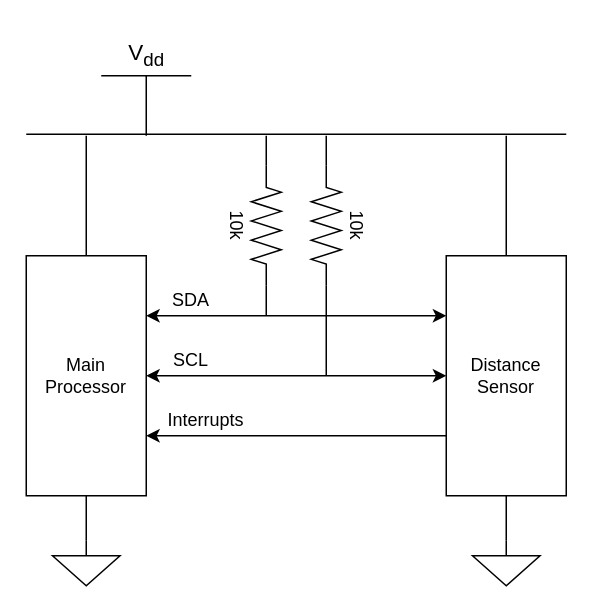
Earlier version of the draw.io diagram doc/img/dual-vl53l0x-sensor.drawio (DrCampy/dual-VL53L0X-pic). Source tidied: cells renumbered, new cells numbered last; positions are measured from the earlier drawing's top-left corner, leaving out a move shared by most shapes. Both pictures are drawn from the tidied source at 150%, with x=0, y=0 at pixel (26, 75).
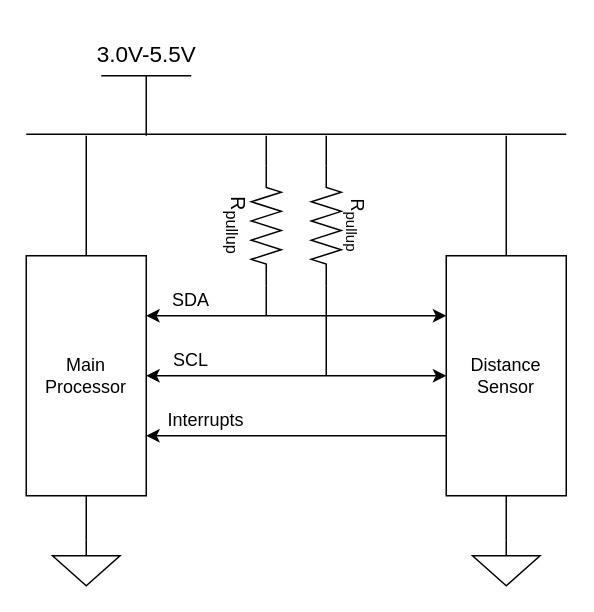
The same page after the edit.

Change to the diagram source:
```diff
@@
-    <mxCell id="6" value="&lt;font style=&quot;font-size: 15px&quot;&gt;V&lt;sub&gt;dd&lt;/sub&gt;&lt;/font&gt;" style="verticalLabelPosition=top;verticalAlign=bottom;shape=mxgraph.electrical.signal_sources.vdd;shadow=0;dashed=0;align=center;strokeWidth=1;fontSize=24;html=1;flipV=1;" parent="1" vertex="1">
+    <mxCell id="6" value="&lt;font style=&quot;font-size: 15px&quot;&gt;3.0V-5.5V&lt;/font&gt;" style="verticalLabelPosition=top;verticalAlign=bottom;shape=mxgraph.electrical.signal_sources.vdd;shadow=0;dashed=0;align=center;strokeWidth=1;fontSize=24;html=1;flipV=1;" parent="1" vertex="1">
       <mxGeometry x="50" width="60" height="40" as="geometry" />
     </mxCell>
@@
-    <mxCell id="23" value="10k" style="text;html=1;strokeColor=none;fillColor=none;align=center;verticalAlign=middle;whiteSpace=wrap;rounded=0;rotation=90;" parent="1" vertex="1">
+    <mxCell id="23" value="&lt;font style=&quot;font-size: 13px&quot;&gt;R&lt;sub&gt;pullup&lt;/sub&gt;&lt;/font&gt;" style="text;strokeColor=none;fillColor=none;align=center;verticalAlign=middle;whiteSpace=wrap;rounded=0;rotation=90;html=1;" parent="1" vertex="1">
       <mxGeometry x="120" y="90" width="40" height="20" as="geometry" />
     </mxCell>
-    <mxCell id="24" value="10k" style="text;html=1;strokeColor=none;fillColor=none;align=center;verticalAlign=middle;whiteSpace=wrap;rounded=0;rotation=90;" parent="1" vertex="1">
+    <mxCell id="24" value="R&lt;sub&gt;pullup&lt;/sub&gt;" style="text;html=1;strokeColor=none;fillColor=none;align=center;verticalAlign=middle;whiteSpace=wrap;rounded=0;rotation=90;" parent="1" vertex="1">
       <mxGeometry x="200" y="90" width="40" height="20" as="geometry" />
     </mxCell>
```
